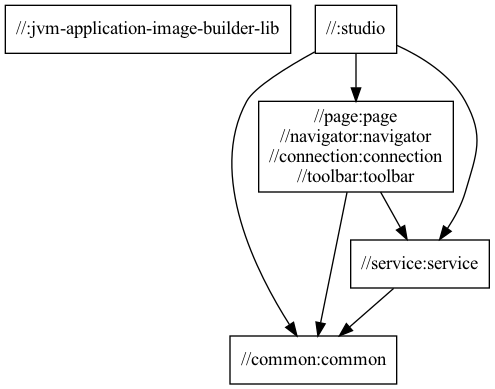
typedb/typedb-studio keeps this Graphviz diagram as docs/package-structure.png. Above is the earlier version. Its source is kept beside it as docs/package-structure.dot.
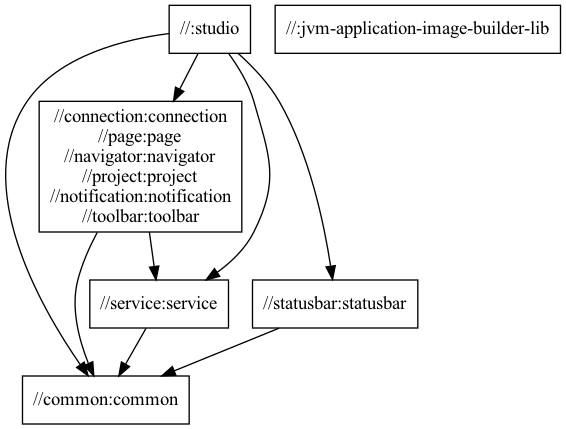
The same file after the commit.

Commit message:
Udpate docs/package-structure

Diff of the diagram source:
```diff
@@ -1,13 +1,16 @@
 digraph mygraph {
   node [shape=box];
-  "//:jvm-application-image-builder-lib"
   "//:studio"
   "//:studio" -> "//common:common"
-  "//:studio" -> "//page:page\n//navigator:navigator\n//connection:connection\n//toolbar:toolbar"
+  "//:studio" -> "//connection:connection\n//page:page\n//navigator:navigator\n//project:project\n//notification:notification\n//toolbar:toolbar"
+  "//:studio" -> "//statusbar:statusbar"
   "//:studio" -> "//service:service"
-  "//page:page\n//navigator:navigator\n//connection:connection\n//toolbar:toolbar"
-  "//page:page\n//navigator:navigator\n//connection:connection\n//toolbar:toolbar" -> "//common:common"
-  "//page:page\n//navigator:navigator\n//connection:connection\n//toolbar:toolbar" -> "//service:service"
+  "//:jvm-application-image-builder-lib"
+  "//statusbar:statusbar"
+  "//statusbar:statusbar" -> "//common:common"
+  "//connection:connection\n//page:page\n//navigator:navigator\n//project:project\n//notification:notification\n//toolbar:toolbar"
+  "//connection:connection\n//page:page\n//navigator:navigator\n//project:project\n//notification:notification\n//toolbar:toolbar" -> "//common:common"
+  "//connection:connection\n//page:page\n//navigator:navigator\n//project:project\n//notification:notification\n//toolbar:toolbar" -> "//service:service"
   "//service:service"
   "//service:service" -> "//common:common"
   "//common:common"
```
